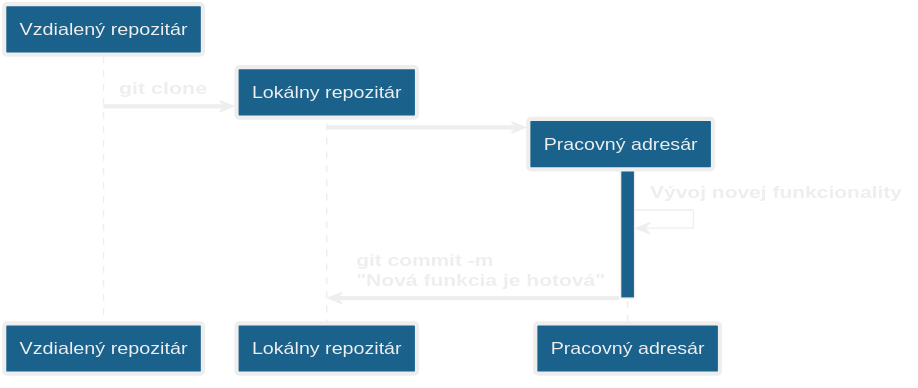
This is diagrams/out/git_work_flow_dark.svg from hudikm/TrafficCounterDemo, a PlantUML export, as it was before one commit.
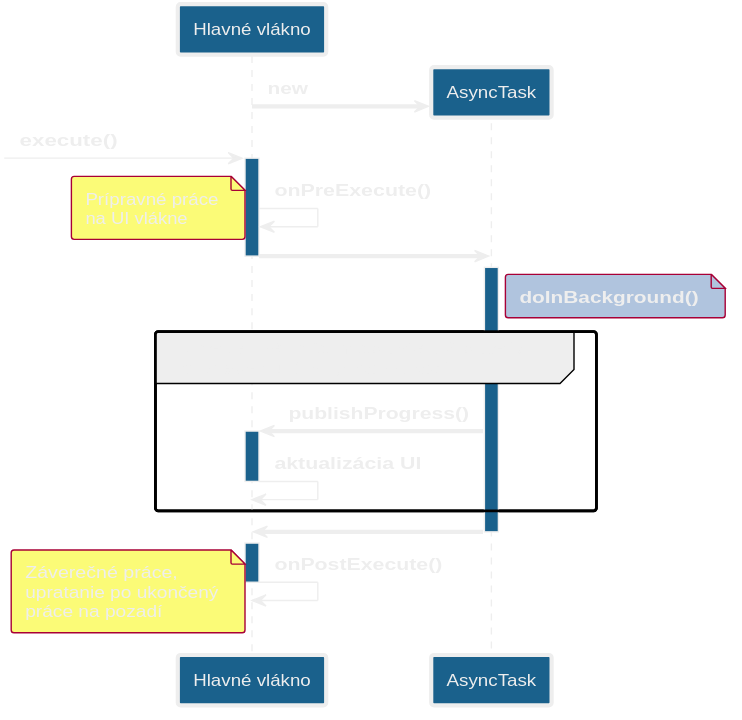
Later version of the same file.

Diff of the diagram source:
```diff
@@ -1,180 +1,199 @@
 @startuml
 !pragma teoz true
+!define BG_MAIN_COLOR      #1A618C
+!define BG_SECONDARY_COLOR #616768
+!define BG_PACKAGE_COLOR   #7a209f
+!define BORDER_COLOR       #EEEEEE
+!define FONT_COLOR         #EEEEEE
 
 
+!define BORDER_THICKNESS 3
 
 skinparam Padding 4
 skinparam RoundCorner 4
 skinparam Shadowing false
 
 skinparam Default {
-  FontColor #EEEEEE
+  FontColor FONT_COLOR
   FontSize 12
 }
 
 skinparam Arrow {
-  Color #EEEEEE
-  FontColor #EEEEEE
+  Color FONT_COLOR
+  FontColor FONT_COLOR
   FontStyle Bold
 }
 
 skinparam activityDiamond {
-  BackgroundColor #1A618C
-  BorderColor #EEEEEE
-  FontColor #EEEEEE
+  BackgroundColor BG_MAIN_COLOR
+  BorderColor BORDER_COLOR
+  FontColor FONT_COLOR
 }
 
 skinparam activity {
-  BackgroundColor #1A618C
-  BorderColor #EEEEEE
-  FontColor #EEEEEE
+  BackgroundColor BG_MAIN_COLOR
+  BorderColor BORDER_COLOR
+  FontColor FONT_COLOR
 }
 
 skinparam package {
-  FontColor #EEEEEE
-  BackgroundColor #1A618C
-  BorderColor #EEEEEE
+  FontColor FONT_COLOR
+  BackgroundColor BG_MAIN_COLOR
+  BorderColor BORDER_COLOR
 }
 skinparam node {
-  FontColor #EEEEEE
-  BackgroundColor #7a209f
-  BorderColor #EEEEEE
+  FontColor FONT_COLOR
+  BackgroundColor BG_PACKAGE_COLOR
+  BorderColor BORDER_COLOR
 }
 skinparam component {
-  BackgroundColor #1A618C
-  BorderColor #EEEEEE
-  FontColor #EEEEEE
+  BackgroundColor BG_MAIN_COLOR
+  BorderColor BORDER_COLOR
+  FontColor FONT_COLOR
   Style uml2
 }
 
 skinparam database {
-  BackgroundColor #1A618C
-  BorderColor #EEEEEE
-  FontColor #EEEEEE
+  BackgroundColor BG_MAIN_COLOR
+  BorderColor BORDER_COLOR
+  FontColor FONT_COLOR
 }
 
 skinparam cloud {
-  BackgroundColor #1A618C
-  BorderColor #EEEEEE
-  FontColor #EEEEEE
+  BackgroundColor BG_MAIN_COLOR
+  BorderColor BORDER_COLOR
+  FontColor FONT_COLOR
 }
 
 skinparam collections {
-  BackgroundColor #1A618C
-  BorderColor #EEEEEE
-  FontColor #EEEEEE
+  BackgroundColor BG_MAIN_COLOR
+  BorderColor BORDER_COLOR
+  FontColor FONT_COLOR
 }
 skinparam Control {
-  BackgroundColor #1A618C
-  BorderColor #EEEEEE
-  FontColor #EEEEEE
+  BackgroundColor BG_MAIN_COLOR
+  BorderColor BORDER_COLOR
+  FontColor FONT_COLOR
 }
 skinparam Boundary {
-  BackgroundColor #1A618C
-  BorderColor #EEEEEE
-  FontColor #EEEEEE
+  BackgroundColor BG_MAIN_COLOR
+  BorderColor BORDER_COLOR
+  FontColor FONT_COLOR
 }
 skinparam Entity {
-  BackgroundColor #1A618C
-  BorderColor #EEEEEE
-  FontColor #EEEEEE
+  BackgroundColor BG_MAIN_COLOR
+  BorderColor BORDER_COLOR
+  FontColor FONT_COLOR
 }
 skinparam interface {
-  BackgroundColor #1A618C
-  BorderColor #EEEEEE
-  FontColor #EEEEEE
+  BackgroundColor BG_MAIN_COLOR
+  BorderColor BORDER_COLOR
+  FontColor FONT_COLOR
 }
 skinparam SequenceParticipantBorderThickness 3
 skinparam sequence {
-  ParticipantBackgroundColor #1A618C
-  ParticipantBorderColor #EEEEEE
+  ParticipantBackgroundColor BG_MAIN_COLOR
+  ParticipantBorderColor BORDER_COLOR
   ParticipantFontStyle normal
-  ParticipantFontColor #EEEEEE
-  LifeLineBorderColor #EEEEEE
-  LifeLineBackgroundColor #1A618C
-  ArrowColor #EEEEEE
-  ArrowBorderColor #EEEEEE
-  ArrowFontColor #EEEEEE
+  ParticipantFontColor FONT_COLOR
+  LifeLineBorderColor BORDER_COLOR
+  LifeLineBackgroundColor BG_MAIN_COLOR
+  ArrowColor FONT_COLOR
+  ArrowBorderColor BORDER_COLOR
+  ArrowFontColor FONT_COLOR
   ArrowThickness 3
-  ActorBackgroundColor #1A618C
-  ActorBorderColor #EEEEEE
-  ActorFontColor #EEEEEE
+  ActorBackgroundColor BG_MAIN_COLOR
+  ActorBorderColor BORDER_COLOR
+  ActorFontColor FONT_COLOR
 }
 
 
 skinparam rectangle<<person>> {
-  StereotypeFontColor #EEEEEE
-  FontColor #EEEEEE
-  BackgroundColor #1A618C
-  BorderColor #EEEEEE
-  BorderThickness 3
+  StereotypeFontColor FONT_COLOR
+  FontColor FONT_COLOR
+  BackgroundColor BG_MAIN_COLOR
+  BorderColor BORDER_COLOR
+  BorderThickness BORDER_THICKNESS
 }
 
 skinparam rectangle<<external_person>> {
-  StereotypeFontColor #EEEEEE
-  FontColor #EEEEEE
-  BackgroundColor #616768
-  BorderColor #EEEEEE
-  BorderThickness 3
+  StereotypeFontColor FONT_COLOR
+  FontColor FONT_COLOR
+  BackgroundColor BG_SECONDARY_COLOR
+  BorderColor BORDER_COLOR
+  BorderThickness BORDER_THICKNESS
 }
 
 skinparam rectangle<<system>> {
-  StereotypeFontColor #EEEEEE
-  FontColor #EEEEEE
-  BackgroundColor #1A618C
-  BorderColor #EEEEEE
-  BorderThickness 3
+  StereotypeFontColor FONT_COLOR
+  FontColor FONT_COLOR
+  BackgroundColor BG_MAIN_COLOR
+  BorderColor BORDER_COLOR
+  BorderThickness BORDER_THICKNESS
 }
 
 skinparam rectangle<<external_system>> {
-  StereotypeFontColor #EEEEEE
-  FontColor #EEEEEE
-  BackgroundColor #616768
-  BorderColor #EEEEEE
-  BorderThickness 3
+  StereotypeFontColor FONT_COLOR
+  FontColor FONT_COLOR
+  BackgroundColor BG_SECONDARY_COLOR
+  BorderColor BORDER_COLOR
+  BorderThickness BORDER_THICKNESS
 }
 
 skinparam database<<system>> {
-  StereotypeFontColor #EEEEEE
-  FontColor #EEEEEE
-  BackgroundColor #1A618C
-  BorderColor #EEEEEE
-  BorderThickness 3
+  StereotypeFontColor FONT_COLOR
+  FontColor FONT_COLOR
+  BackgroundColor BG_MAIN_COLOR
+  BorderColor BORDER_COLOR
+  BorderThickness BORDER_THICKNESS
 }
 
 skinparam database<<external_system>> {
-  StereotypeFontColor #EEEEEE
-  FontColor #EEEEEE
-  BackgroundColor #616768
-  BorderColor #EEEEEE
-  BorderThickness 3
+  StereotypeFontColor FONT_COLOR
+  FontColor FONT_COLOR
+  BackgroundColor BG_SECONDARY_COLOR
+  BorderColor BORDER_COLOR
+  BorderThickness BORDER_THICKNESS
 }
 
 skinparam rectangle<<boundary>> {
   Shadowing false
   StereotypeFontSize 0
-  BackgroundColor #7a209f
-  StereotypeFontColor #EEEEEE
-  FontColor #EEEEEE
-  BorderColor #EEEEEE
+  BackgroundColor BG_PACKAGE_COLOR
+  StereotypeFontColor FONT_COLOR
+  FontColor FONT_COLOR
+  BorderColor BORDER_COLOR
   BorderStyle dashed
-  BorderThickness 3
+  BorderThickness BORDER_THICKNESS
 }
 skinparam rectangle<<container>> {
   Shadowing false
   StereotypeFontSize 14
-  BackgroundColor #1A618C
-  StereotypeFontColor #EEEEEE
-  FontColor #EEEEEE
-  BorderColor #EEEEEE
-  BorderThickness 3
+  BackgroundColor BG_MAIN_COLOR
+  StereotypeFontColor FONT_COLOR
+  FontColor FONT_COLOR
+  BorderColor BORDER_COLOR
+  BorderThickness BORDER_THICKNESS
 }
-participant "Vzdialený repozitár" as ExtGit
-create "Lokálny repozitár" as LocalGit
-ExtGit -> LocalGit: git clone
-create "Pracovný adresár" as WDir
-LocalGit -> WDir
-activate WDir
-WDir -> WDir:Vývoj novej funkcionality
-WDir -> LocalGit--: git commit -m\n"Nová funkcia je hotová"
+participant "Hlavné vlákno" as UI
+create "AsyncTask" as AT
+UI -> AT : new
+-> UI ++ : execute()
+UI->UI: onPreExecute()
+note left: Prípravné práce\nna UI vlákne
+UI->AT
+deactivate UI
+activate AT
+note right of AT #LightSteelBlue
+<b>doInBackground()</b>
+end note
+group priebežné informovanie uživateľa\no prebehu úlohy na pozadí
+AT -> UI++ :publishProgress()
+UI -> UI-- :aktualizácia UI
+end
+AT -> UI
+deactivate AT
+activate UI
+UI -> UI --: onPostExecute()
+note left: Záverečné práce,\nupratanie po ukončený\npráce na pozadí
 @enduml
```
